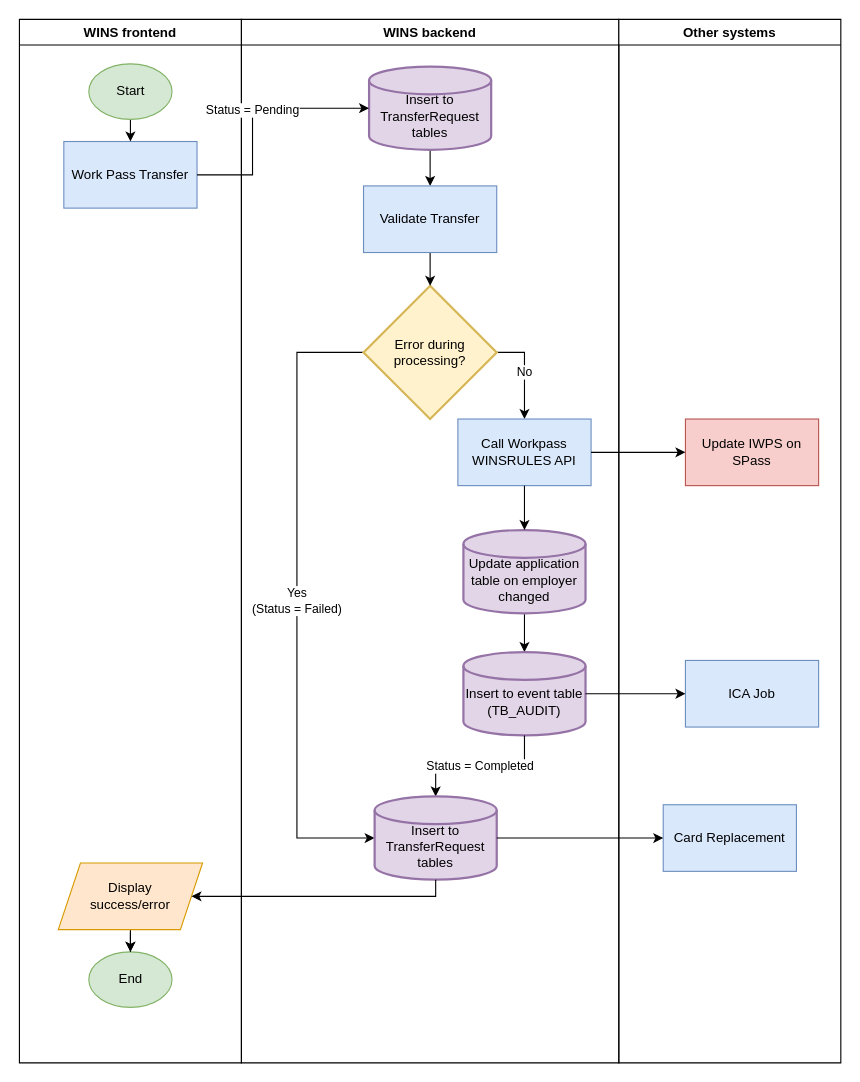
joselynlim/drawio keeps this draw.io diagram as main/workpasstransfer.drawio. Above is the earlier version. Source tidied: cells renumbered, new cells numbered last; positions are measured from the earlier drawing's top-left corner, leaving out a move shared by most shapes. Both pictures are drawn from the tidied source at 111%, with x=0, y=0 at pixel (19, 19).
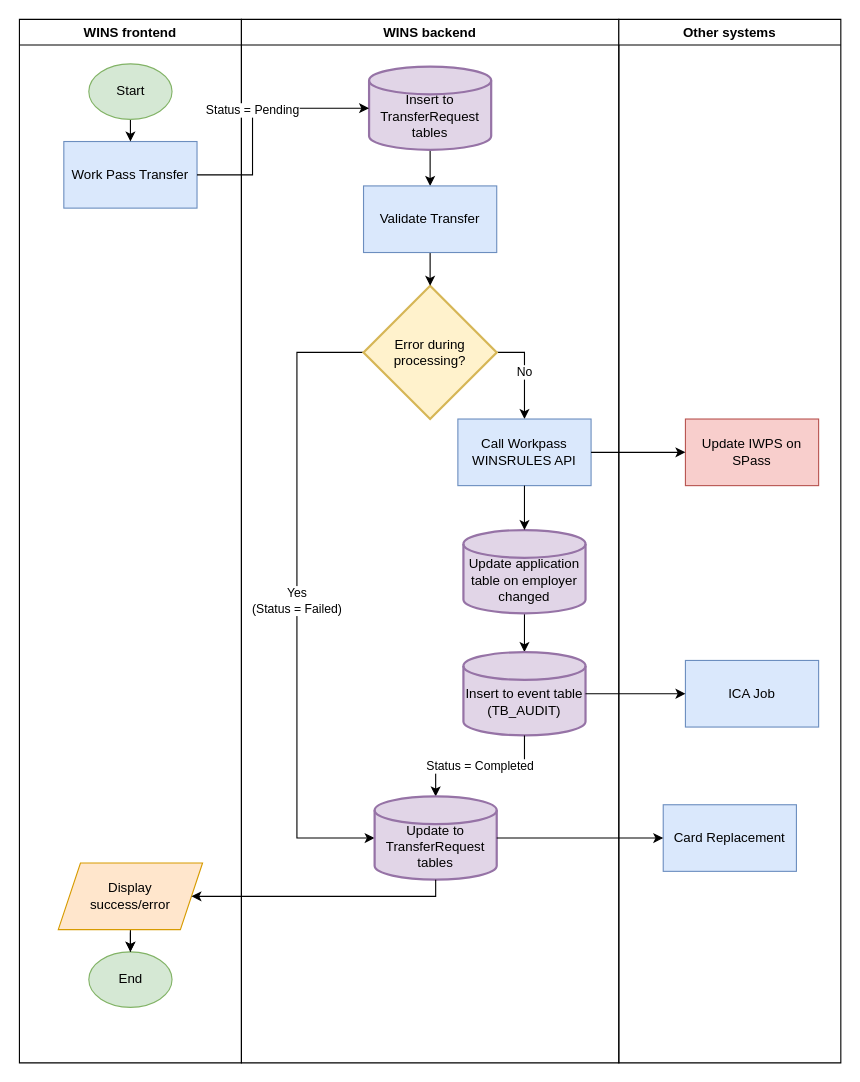
The same page after the edit.

Unchanged cells that the change refers to:
```xml
<mxCell id="10" value="WINS backend" style="swimlane;" parent="1" vertex="1">
  <mxGeometry x="200" width="340" height="940" as="geometry" />
</mxCell>
```

Change to the diagram source:
```diff
@@
-    <mxCell id="23" value="&lt;br&gt;Insert to TransferRequest tables" style="strokeWidth=2;html=1;shape=mxgraph.flowchart.database;whiteSpace=wrap;fillColor=#e1d5e7;strokeColor=#9673a6;" parent="10" vertex="1">
+    <mxCell id="23" value="&lt;br&gt;Update to TransferRequest tables" style="strokeWidth=2;html=1;shape=mxgraph.flowchart.database;whiteSpace=wrap;fillColor=#e1d5e7;strokeColor=#9673a6;" parent="10" vertex="1">
       <mxGeometry x="120" y="700" width="110" height="75" as="geometry" />
     </mxCell>
```
